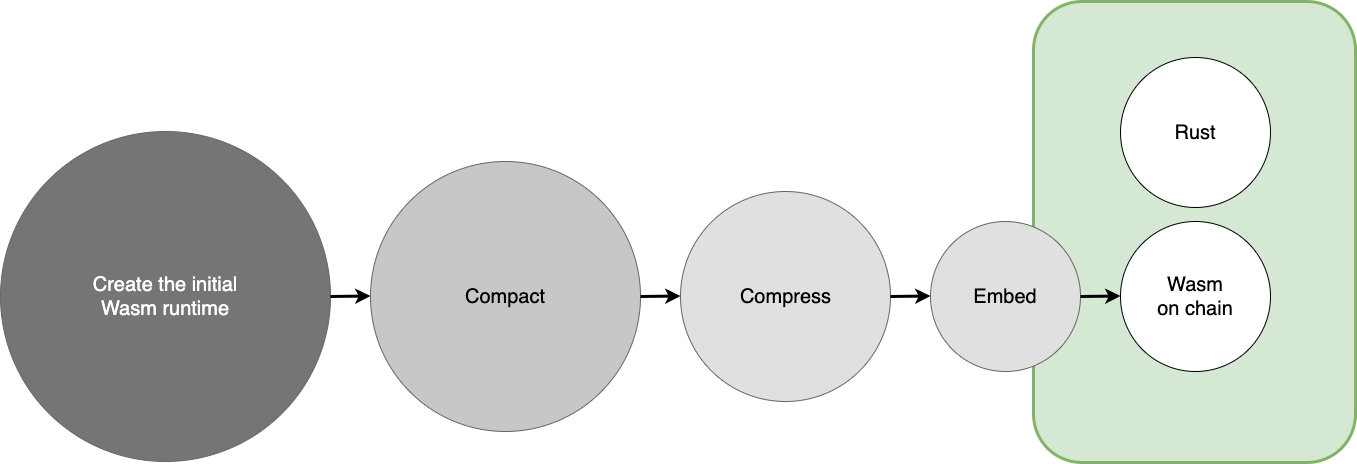
Before: content/media/images/docs/node-executable.png, a diagram exported from draw.io (polkadot-developers/substrate-docs). Source tidied: cells renumbered, new cells last; positions are measured from the earlier drawing's top-left corner, leaving out a move shared by most shapes. The source it was exported from:
```xml
<mxGraphModel>
  <root>
    <mxCell id="0" />
    <mxCell id="1" parent="0" />
    <mxCell id="2" style="ellipse;whiteSpace=wrap;html=1;fillColor=#757575;fontColor=#333333;strokeColor=#666666;" parent="1" vertex="1">
      <mxGeometry y="130" width="330" height="330" as="geometry" />
    </mxCell>
    <mxCell id="3" style="rounded=1;whiteSpace=wrap;html=1;fontSize=20;strokeColor=#82b366;strokeWidth=3;fillColor=#d5e8d4;" parent="1" vertex="1">
      <mxGeometry x="1033" width="322" height="461" as="geometry" />
    </mxCell>
    <mxCell id="4" value="&lt;span style=&quot;font-size: 20px&quot;&gt;Create the initial Wasm runtime&lt;/span&gt;&lt;span style=&quot;font-size: 0px;&quot;&gt;%3CmxGraphModel%3E%3Croot%3E%3CmxCell%20id%3D%220%22%2F%3E%3CmxCell%20id%3D%221%22%20parent%3D%220%22%2F%3E%3CmxCell%20id%3D%222%22%20value%3D%22%26lt%3Bspan%20style%3D%26quot%3Bfont-family%3A%20%26amp%3B%2334%3Broboto%26amp%3B%2334%3B%20%3B%20font-size%3A%2020px%26quot%3B%26gt%3BNetwork%20discovery%26amp%3Bnbsp%3B%26lt%3B%2Fspan%26gt%3B%22%20style%3D%22text%3Bhtml%3D1%3BstrokeColor%3Dnone%3BfillColor%3Dnone%3Balign%3Dcenter%3BverticalAlign%3Dmiddle%3BwhiteSpace%3Dwrap%3Brounded%3D0%3B%22%20vertex%3D%221%22%20parent%3D%221%22%3E%3CmxGeometry%20x%3D%22125%22%20y%3D%22655%22%20width%3D%22180%22%20height%3D%2230%22%20as%3D%22geometry%22%2F%3E%3C%2FmxCell%3E%3C%2Froot%3E%3C%2FmxGraphModel%3E (&lt;/span&gt;" style="text;html=1;strokeColor=none;fillColor=none;align=center;verticalAlign=middle;whiteSpace=wrap;rounded=0;fontColor=#FFFFFF;" parent="1" vertex="1">
      <mxGeometry x="65" y="280" width="200" height="30" as="geometry" />
    </mxCell>
    <mxCell id="5" style="group;" parent="1" vertex="1">
      <mxGeometry x="930" y="220" width="150" height="150" as="geometry" />
    </mxCell>
    <mxCell id="6" style="ellipse;whiteSpace=wrap;html=1;fillColor=#E0E0E0;fontColor=#333333;strokeColor=#666666;" parent="5" vertex="1">
      <mxGeometry width="150" height="150" as="geometry" />
    </mxCell>
    <mxCell id="7" value="&lt;span style=&quot;font-size: 20px&quot;&gt;Embed&lt;/span&gt;" style="text;html=1;strokeColor=none;fillColor=none;align=center;verticalAlign=middle;whiteSpace=wrap;rounded=0;" parent="5" vertex="1">
      <mxGeometry x="35" y="60" width="80" height="30" as="geometry" />
    </mxCell>
    <mxCell id="8" style="group;" parent="1" vertex="1">
      <mxGeometry x="680" y="190" width="210" height="210" as="geometry" />
    </mxCell>
    <mxCell id="9" style="ellipse;whiteSpace=wrap;html=1;fillColor=#E0E0E0;fontColor=#333333;strokeColor=#666666;" parent="8" vertex="1">
      <mxGeometry width="210" height="210" as="geometry" />
    </mxCell>
    <mxCell id="10" value="&lt;span style=&quot;font-size: 20px&quot;&gt;Compress&lt;/span&gt;" style="text;html=1;strokeColor=none;fillColor=none;align=center;verticalAlign=middle;whiteSpace=wrap;rounded=0;" parent="8" vertex="1">
      <mxGeometry x="57.5" y="90" width="95" height="30" as="geometry" />
    </mxCell>
    <mxCell id="11" style="group;" parent="1" vertex="1">
      <mxGeometry x="370" y="160" width="270" height="270" as="geometry" />
    </mxCell>
    <mxCell id="12" style="ellipse;whiteSpace=wrap;html=1;fillColor=#C7C7C7;fontColor=#333333;strokeColor=#666666;" parent="11" vertex="1">
      <mxGeometry width="270" height="270" as="geometry" />
    </mxCell>
    <mxCell id="13" value="&lt;span style=&quot;font-size: 20px&quot;&gt;Compact&lt;/span&gt;" style="text;html=1;strokeColor=none;fillColor=none;align=center;verticalAlign=middle;whiteSpace=wrap;rounded=0;" parent="11" vertex="1">
      <mxGeometry x="35" y="120" width="200" height="30" as="geometry" />
    </mxCell>
    <mxCell id="14" style="endArrow=classic;html=1;rounded=0;fontFamily=Helvetica;fontColor=#FFFFFF;strokeWidth=3;exitX=1;exitY=0.5;exitDx=0;exitDy=0;" parent="1" edge="1" source="2">
      <mxGeometry relative="1" as="geometry">
        <mxPoint x="370" y="294.5" as="targetPoint" />
      </mxGeometry>
    </mxCell>
    <mxCell id="15" style="endArrow=classic;html=1;rounded=0;fontFamily=Helvetica;fontColor=#FFFFFF;strokeWidth=3;exitX=1;exitY=0.5;exitDx=0;exitDy=0;" parent="1" edge="1">
      <mxGeometry relative="1" as="geometry">
        <mxPoint x="640" y="295" as="sourcePoint" />
        <mxPoint x="680" y="294.5" as="targetPoint" />
      </mxGeometry>
    </mxCell>
    <mxCell id="16" style="endArrow=classic;html=1;rounded=0;fontFamily=Helvetica;fontColor=#FFFFFF;strokeWidth=3;exitX=1;exitY=0.5;exitDx=0;exitDy=0;" parent="1" edge="1">
      <mxGeometry relative="1" as="geometry">
        <mxPoint x="890" y="295" as="sourcePoint" />
        <mxPoint x="930" y="294.5" as="targetPoint" />
      </mxGeometry>
    </mxCell>
    <mxCell id="17" style="group;" parent="1" vertex="1">
      <mxGeometry x="1120" y="220" width="150" height="150" as="geometry" />
    </mxCell>
    <mxCell id="18" style="ellipse;whiteSpace=wrap;html=1;" parent="17" vertex="1">
      <mxGeometry width="150" height="150" as="geometry" />
    </mxCell>
    <mxCell id="19" value="&lt;span style=&quot;font-size: 20px&quot;&gt;Wasm on chain&lt;/span&gt;" style="text;html=1;strokeColor=none;fillColor=none;align=center;verticalAlign=middle;whiteSpace=wrap;rounded=0;" parent="17" vertex="1">
      <mxGeometry x="35" y="60" width="80" height="30" as="geometry" />
    </mxCell>
    <mxCell id="20" style="ellipse;whiteSpace=wrap;html=1;" parent="1" vertex="1">
      <mxGeometry x="1120" y="56" width="150" height="150" as="geometry" />
    </mxCell>
    <mxCell id="21" value="&lt;span style=&quot;font-size: 20px&quot;&gt;Rust&lt;/span&gt;" style="text;html=1;strokeColor=none;fillColor=none;align=center;verticalAlign=middle;whiteSpace=wrap;rounded=0;" parent="1" vertex="1">
      <mxGeometry x="1155" y="116" width="80" height="30" as="geometry" />
    </mxCell>
    <mxCell id="22" style="endArrow=classic;html=1;rounded=0;fontFamily=Helvetica;fontColor=#FFFFFF;strokeWidth=3;exitX=1;exitY=0.5;exitDx=0;exitDy=0;" parent="1" edge="1">
      <mxGeometry relative="1" as="geometry">
        <mxPoint x="1080" y="295" as="sourcePoint" />
        <mxPoint x="1120" y="294.5" as="targetPoint" />
      </mxGeometry>
    </mxCell>
  </root>
</mxGraphModel>
```
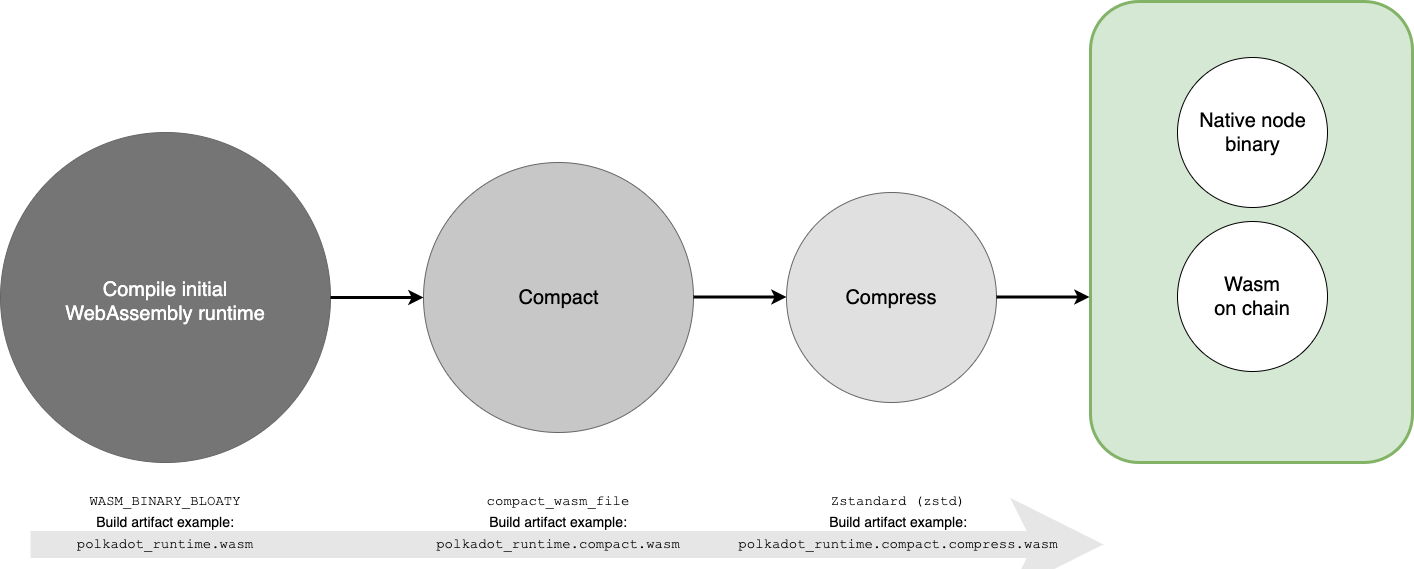
The same diagram one commit later.

Commit message:
Modify the build diagram

Diff of the diagram source:
```diff
@@ -2,61 +2,41 @@
   <root>
     <mxCell id="0" />
     <mxCell id="1" parent="0" />
+    <mxCell id="23" style="endArrow=classic;html=1;rounded=1;fontFamily=Helvetica;fontSize=14;fontColor=#000000;strokeWidth=27;fillColor=#f5f5f5;strokeColor=#E6E6E6;exitX=0;exitY=0.75;exitDx=0;exitDy=0;" parent="1" edge="1">
+      <mxGeometry relative="1" as="geometry">
+        <mxPoint x="-23" y="542" as="sourcePoint" />
+        <mxPoint x="1050" y="542" as="targetPoint" />
+      </mxGeometry>
+    </mxCell>
     <mxCell id="2" style="ellipse;whiteSpace=wrap;html=1;fillColor=#757575;fontColor=#333333;strokeColor=#666666;" parent="1" vertex="1">
-      <mxGeometry y="130" width="330" height="330" as="geometry" />
+      <mxGeometry x="-53" y="130" width="330" height="330" as="geometry" />
     </mxCell>
     <mxCell id="3" style="rounded=1;whiteSpace=wrap;html=1;fontSize=20;strokeColor=#82b366;strokeWidth=3;fillColor=#d5e8d4;" parent="1" vertex="1">
-      <mxGeometry x="1033" width="322" height="461" as="geometry" />
+      <mxGeometry x="1037" y="-1" width="322" height="461" as="geometry" />
     </mxCell>
-    <mxCell id="4" value="&lt;span style=&quot;font-size: 20px&quot;&gt;Create the initial Wasm runtime&lt;/span&gt;&lt;span style=&quot;font-size: 0px;&quot;&gt;%3CmxGraphModel%3E%3Croot%3E%3CmxCell%20id%3D%220%22%2F%3E%3CmxCell%20id%3D%221%22%20parent%3D%220%22%2F%3E%3CmxCell%20id%3D%222%22%20value%3D%22%26lt%3Bspan%20style%3D%26quot%3Bfont-family%3A%20%26amp%3B%2334%3Broboto%26amp%3B%2334%3B%20%3B%20font-size%3A%2020px%26quot%3B%26gt%3BNetwork%20discovery%26amp%3Bnbsp%3B%26lt%3B%2Fspan%26gt%3B%22%20style%3D%22text%3Bhtml%3D1%3BstrokeColor%3Dnone%3BfillColor%3Dnone%3Balign%3Dcenter%3BverticalAlign%3Dmiddle%3BwhiteSpace%3Dwrap%3Brounded%3D0%3B%22%20vertex%3D%221%22%20parent%3D%221%22%3E%3CmxGeometry%20x%3D%22125%22%20y%3D%22655%22%20width%3D%22180%22%20height%3D%2230%22%20as%3D%22geometry%22%2F%3E%3C%2FmxCell%3E%3C%2Froot%3E%3C%2FmxGraphModel%3E (&lt;/span&gt;" style="text;html=1;strokeColor=none;fillColor=none;align=center;verticalAlign=middle;whiteSpace=wrap;rounded=0;fontColor=#FFFFFF;" parent="1" vertex="1">
-      <mxGeometry x="65" y="280" width="200" height="30" as="geometry" />
+    <mxCell id="4" value="&lt;span style=&quot;font-size: 20px;&quot;&gt;Compile initial WebAssembly runtime&lt;/span&gt;&lt;span style=&quot;font-size: 0px;&quot;&gt;3CmxGraphModel%3E%3Croot%3E%3CmxCell%20id%3D%220%22%2F%3E%3CmxCell%20id%3D%221%22%20parent%3D%220%22%2F%3E%3CmxCell%20id%3D%222%22%20value%3D%22%26lt%3Bspan%20style%3D%26quot%3Bfont-family%3A%20%26amp%3B%2334%3Broboto%26amp%3B%2334%3B%20%3B%20font-size%3A%2020px%26quot%3B%26gt%3BNetwork%20discovery%26amp%3Bnbsp%3B%26lt%3B%2Fspan%26gt%3B%22%20style%3D%22text%3Bhtml%3D1%3BstrokeColor%3Dnone%3BfillColor%3Dnone%3Balign%3Dcenter%3BverticalAlign%3Dmiddle%3BwhiteSpace%3Dwrap%3Brounded%3D0%3B%22%20vertex%3D%221%22%20parent%3D%221%22%3E%3CmxGeometry%20x%3D%22125%22%20y%3D%22655%22%20width%3D%22180%22%20height%3D%2230%22%20as%3D%22geometry%22%2F%3E%3C%2FmxCell%3E%3C%2Froot%3E%3C%2FmxGraphModel%3E (&lt;/span&gt;" style="text;html=1;strokeColor=none;fillColor=none;align=center;verticalAlign=middle;whiteSpace=wrap;rounded=0;fontColor=#FFFFFF;" parent="1" vertex="1">
+      <mxGeometry x="-6.8" y="260" width="237.5" height="77.5" as="geometry" />
     </mxCell>
-    <mxCell id="5" style="group;" parent="1" vertex="1">
-      <mxGeometry x="930" y="220" width="150" height="150" as="geometry" />
-    </mxCell>
-    <mxCell id="6" style="ellipse;whiteSpace=wrap;html=1;fillColor=#E0E0E0;fontColor=#333333;strokeColor=#666666;" parent="5" vertex="1">
-      <mxGeometry width="150" height="150" as="geometry" />
-    </mxCell>
-    <mxCell id="7" value="&lt;span style=&quot;font-size: 20px&quot;&gt;Embed&lt;/span&gt;" style="text;html=1;strokeColor=none;fillColor=none;align=center;verticalAlign=middle;whiteSpace=wrap;rounded=0;" parent="5" vertex="1">
-      <mxGeometry x="35" y="60" width="80" height="30" as="geometry" />
-    </mxCell>
-    <mxCell id="8" style="group;" parent="1" vertex="1">
-      <mxGeometry x="680" y="190" width="210" height="210" as="geometry" />
-    </mxCell>
-    <mxCell id="9" style="ellipse;whiteSpace=wrap;html=1;fillColor=#E0E0E0;fontColor=#333333;strokeColor=#666666;" parent="8" vertex="1">
-      <mxGeometry width="210" height="210" as="geometry" />
-    </mxCell>
-    <mxCell id="10" value="&lt;span style=&quot;font-size: 20px&quot;&gt;Compress&lt;/span&gt;" style="text;html=1;strokeColor=none;fillColor=none;align=center;verticalAlign=middle;whiteSpace=wrap;rounded=0;" parent="8" vertex="1">
-      <mxGeometry x="57.5" y="90" width="95" height="30" as="geometry" />
-    </mxCell>
     <mxCell id="11" style="group;" parent="1" vertex="1">
-      <mxGeometry x="370" y="160" width="270" height="270" as="geometry" />
+      <mxGeometry x="370" y="160" width="300" height="270" as="geometry" />
     </mxCell>
     <mxCell id="12" style="ellipse;whiteSpace=wrap;html=1;fillColor=#C7C7C7;fontColor=#333333;strokeColor=#666666;" parent="11" vertex="1">
       <mxGeometry width="270" height="270" as="geometry" />
     </mxCell>
-    <mxCell id="13" value="&lt;span style=&quot;font-size: 20px&quot;&gt;Compact&lt;/span&gt;" style="text;html=1;strokeColor=none;fillColor=none;align=center;verticalAlign=middle;whiteSpace=wrap;rounded=0;" parent="11" vertex="1">
-      <mxGeometry x="35" y="120" width="200" height="30" as="geometry" />
+    <mxCell id="13" value="&lt;span style=&quot;font-size: 20px&quot;&gt;Compact&lt;/span&gt;&lt;span style=&quot;font-size: 20px&quot;&gt;&lt;br&gt;&lt;/span&gt;" style="text;html=1;strokeColor=none;fillColor=none;align=center;verticalAlign=middle;whiteSpace=wrap;rounded=0;" parent="11" vertex="1">
+      <mxGeometry x="82.5" y="122.5" width="105" height="25" as="geometry" />
     </mxCell>
+    <mxCell id="24" style="endArrow=classic;html=1;rounded=0;fontFamily=Helvetica;fontColor=#FFFFFF;strokeWidth=3;exitX=1;exitY=0.5;exitDx=0;exitDy=0;entryX=0;entryY=0.5;entryDx=0;entryDy=0;" parent="11" edge="1">
+      <mxGeometry relative="1" as="geometry">
+        <mxPoint x="270" y="134.5" as="sourcePoint" />
+        <mxPoint x="363" y="134.5" as="targetPoint" />
+      </mxGeometry>
+    </mxCell>
-    <mxCell id="14" style="endArrow=classic;html=1;rounded=0;fontFamily=Helvetica;fontColor=#FFFFFF;strokeWidth=3;exitX=1;exitY=0.5;exitDx=0;exitDy=0;" parent="1" edge="1" source="2">
-      <mxGeometry relative="1" as="geometry">
-        <mxPoint x="370" y="294.5" as="targetPoint" />
-      </mxGeometry>
+    <mxCell id="14" style="endArrow=classic;html=1;rounded=0;fontFamily=Helvetica;fontColor=#FFFFFF;strokeWidth=3;exitX=1;exitY=0.5;exitDx=0;exitDy=0;entryX=0;entryY=0.5;entryDx=0;entryDy=0;" parent="1" edge="1" source="2" target="12">
+      <mxGeometry relative="1" as="geometry" />
     </mxCell>
-    <mxCell id="15" style="endArrow=classic;html=1;rounded=0;fontFamily=Helvetica;fontColor=#FFFFFF;strokeWidth=3;exitX=1;exitY=0.5;exitDx=0;exitDy=0;" parent="1" edge="1">
-      <mxGeometry relative="1" as="geometry">
-        <mxPoint x="640" y="295" as="sourcePoint" />
-        <mxPoint x="680" y="294.5" as="targetPoint" />
-      </mxGeometry>
-    </mxCell>
-    <mxCell id="16" style="endArrow=classic;html=1;rounded=0;fontFamily=Helvetica;fontColor=#FFFFFF;strokeWidth=3;exitX=1;exitY=0.5;exitDx=0;exitDy=0;" parent="1" edge="1">
-      <mxGeometry relative="1" as="geometry">
-        <mxPoint x="890" y="295" as="sourcePoint" />
-        <mxPoint x="930" y="294.5" as="targetPoint" />
-      </mxGeometry>
-    </mxCell>
     <mxCell id="17" style="group;" parent="1" vertex="1">
-      <mxGeometry x="1120" y="220" width="150" height="150" as="geometry" />
+      <mxGeometry x="1124" y="219" width="150" height="150" as="geometry" />
     </mxCell>
     <mxCell id="18" style="ellipse;whiteSpace=wrap;html=1;" parent="17" vertex="1">
       <mxGeometry width="150" height="150" as="geometry" />
@@ -65,16 +45,31 @@
       <mxGeometry x="35" y="60" width="80" height="30" as="geometry" />
     </mxCell>
     <mxCell id="20" style="ellipse;whiteSpace=wrap;html=1;" parent="1" vertex="1">
-      <mxGeometry x="1120" y="56" width="150" height="150" as="geometry" />
+      <mxGeometry x="1124" y="55" width="150" height="150" as="geometry" />
     </mxCell>
-    <mxCell id="21" value="&lt;span style=&quot;font-size: 20px&quot;&gt;Rust&lt;/span&gt;" style="text;html=1;strokeColor=none;fillColor=none;align=center;verticalAlign=middle;whiteSpace=wrap;rounded=0;" parent="1" vertex="1">
-      <mxGeometry x="1155" y="116" width="80" height="30" as="geometry" />
+    <mxCell id="21" value="&lt;span style=&quot;font-size: 20px&quot;&gt;Native node binary&lt;/span&gt;" style="text;html=1;strokeColor=none;fillColor=none;align=center;verticalAlign=middle;whiteSpace=wrap;rounded=0;" parent="1" vertex="1">
+      <mxGeometry x="1133.5" y="115" width="131" height="30" as="geometry" />
     </mxCell>
-    <mxCell id="22" style="endArrow=classic;html=1;rounded=0;fontFamily=Helvetica;fontColor=#FFFFFF;strokeWidth=3;exitX=1;exitY=0.5;exitDx=0;exitDy=0;" parent="1" edge="1">
-      <mxGeometry relative="1" as="geometry">
-        <mxPoint x="1080" y="295" as="sourcePoint" />
-        <mxPoint x="1120" y="294.5" as="targetPoint" />
-      </mxGeometry>
-    </mxCell>
+    <mxCell id="25" value="&lt;p style=&quot;line-height: 1.5;&quot;&gt;&lt;font face=&quot;Courier New&quot;&gt;WASM_BINARY_BLOATY&lt;/font&gt;&lt;br&gt;Build artifact example:&lt;br&gt;&lt;font face=&quot;Courier New&quot;&gt;polkadot_runtime.wasm&lt;br&gt;&lt;/font&gt;&lt;/p&gt;" style="text;html=1;strokeColor=none;fillColor=none;align=center;verticalAlign=middle;whiteSpace=wrap;rounded=0;fontFamily=Helvetica;fontSize=14;fontColor=#000000;" parent="1" vertex="1">
+      <mxGeometry x="-23" y="480" width="270" height="80" as="geometry" />
+    </mxCell>
+    <mxCell id="26" value="&lt;p style=&quot;line-height: 1.5;&quot;&gt;&lt;font style=&quot;line-height: 1.5;&quot; face=&quot;Courier New&quot;&gt;compact_wasm_file&lt;br&gt;&lt;/font&gt;Build artifact example:&lt;br&gt;&lt;font face=&quot;Courier New&quot;&gt;polkadot_runtime.compact.wasm&lt;/font&gt;&lt;font face=&quot;Courier New&quot;&gt;&lt;br&gt;&lt;/font&gt;&lt;/p&gt;" style="text;html=1;strokeColor=none;fillColor=none;align=center;verticalAlign=middle;whiteSpace=wrap;rounded=0;fontFamily=Helvetica;fontSize=14;fontColor=#000000;" parent="1" vertex="1">
+      <mxGeometry x="370" y="480" width="270" height="80" as="geometry" />
+    </mxCell>
+    <mxCell id="27" value="&lt;p style=&quot;line-height: 1.5;&quot;&gt;&lt;font style=&quot;line-height: 1.5;&quot; face=&quot;Courier New&quot;&gt;Zstandard (zstd)&lt;br&gt;&lt;/font&gt;Build artifact example:&lt;br&gt;&lt;font face=&quot;Courier New&quot;&gt;polkadot_runtime.compact.compress.wasm&lt;/font&gt;&lt;font face=&quot;Courier New&quot;&gt;&lt;br&gt;&lt;/font&gt;&lt;/p&gt;" style="text;html=1;strokeColor=none;fillColor=none;align=center;verticalAlign=middle;whiteSpace=wrap;rounded=0;fontFamily=Helvetica;fontSize=14;fontColor=#000000;" parent="1" vertex="1">
+      <mxGeometry x="680" y="480" width="330" height="80" as="geometry" />
+    </mxCell>
+    <mxCell id="9" style="ellipse;whiteSpace=wrap;html=1;fillColor=#E0E0E0;fontColor=#333333;strokeColor=#666666;" parent="1" vertex="1">
+      <mxGeometry x="733" y="190" width="210" height="210" as="geometry" />
+    </mxCell>
+    <mxCell id="10" value="&lt;span style=&quot;font-size: 20px&quot;&gt;Compress&lt;/span&gt;&lt;span style=&quot;font-size: 20px&quot;&gt;&lt;br&gt;&lt;/span&gt;" style="text;html=1;strokeColor=none;fillColor=none;align=center;verticalAlign=middle;whiteSpace=wrap;rounded=0;" parent="1" vertex="1">
+      <mxGeometry x="783" y="285" width="110" height="20" as="geometry" />
+    </mxCell>
+    <mxCell id="28" style="endArrow=classic;html=1;rounded=0;fontFamily=Helvetica;fontColor=#FFFFFF;strokeWidth=3;exitX=1;exitY=0.5;exitDx=0;exitDy=0;entryX=0;entryY=0.5;entryDx=0;entryDy=0;" parent="1" edge="1">
+      <mxGeometry relative="1" as="geometry">
+        <mxPoint x="943" y="294.5" as="sourcePoint" />
+        <mxPoint x="1036" y="294.5" as="targetPoint" />
+      </mxGeometry>
+    </mxCell>
   </root>
 </mxGraphModel>
```
